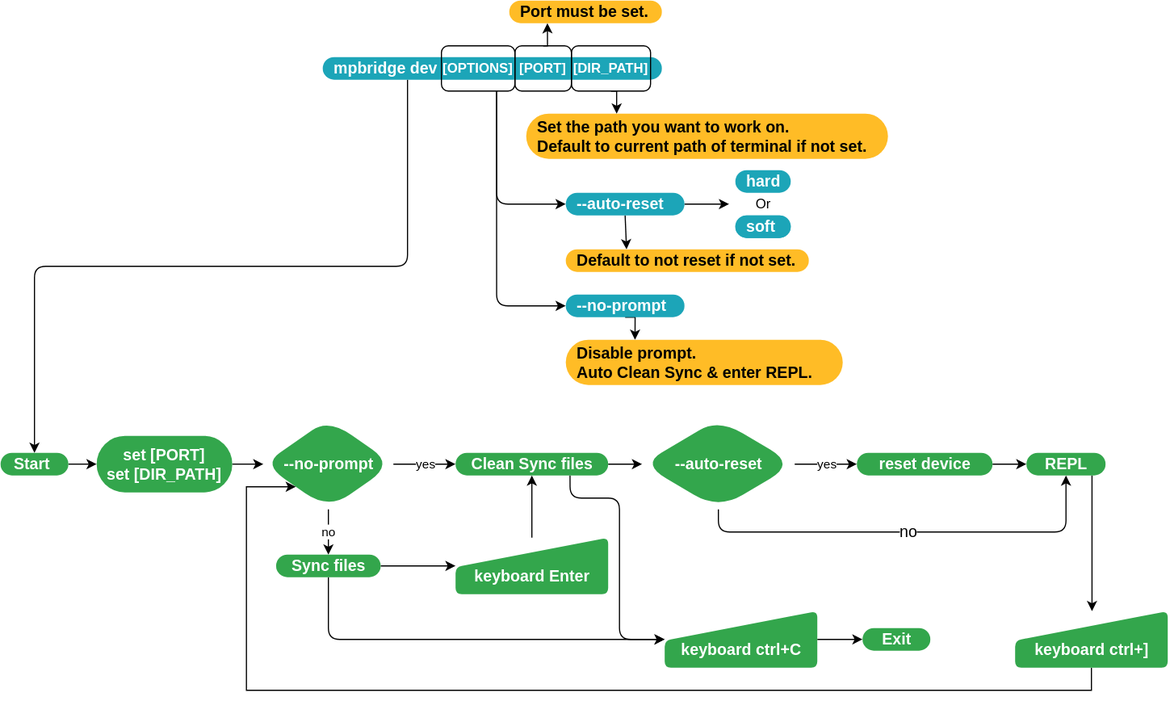
This is mpbridge-Page-1.drawio.svg from Wind-stormger/mpbridge-drawio, a draw.io export, as it was before one commit. Source tidied: cells renumbered, new cells last; positions are measured from the earlier drawing's top-left corner, leaving out a move shared by most shapes.
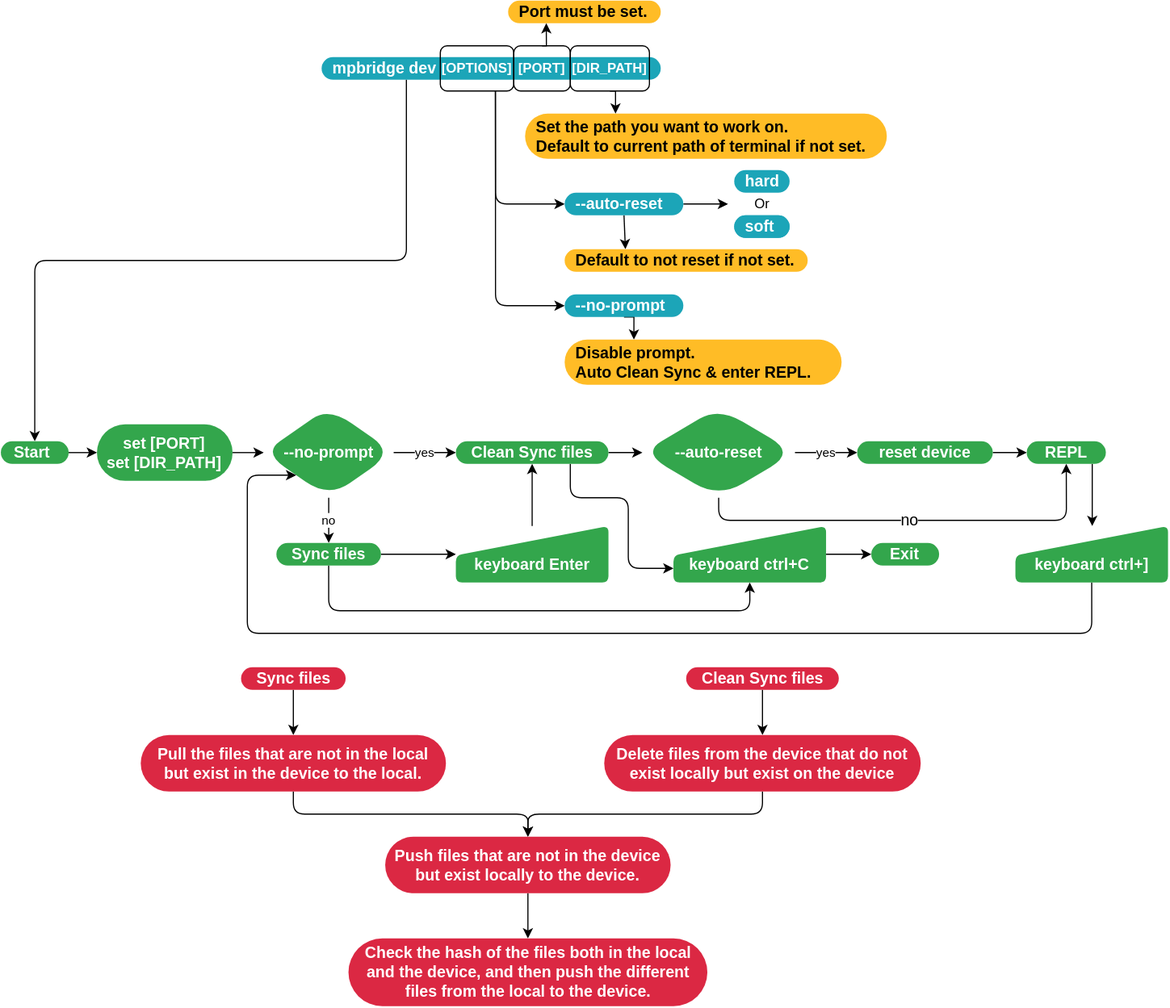
After the change.

Diff of the diagram source:
```diff
@@ -82,7 +82,7 @@
       <mxGeometry relative="1" as="geometry" />
     </mxCell>
     <mxCell id="27" value="Start&amp;nbsp;" style="rounded=1;whiteSpace=wrap;html=1;arcSize=50;strokeColor=none;strokeWidth=1;fillColor=#33A64C;fontColor=#FFFFFF;whiteSpace=wrap;align=center;verticalAlign=middle;spacingLeft=0;fontStyle=1;fontSize=14;spacing=10;fillStyle=auto;" parent="1" vertex="1">
-      <mxGeometry y="400" width="60" height="20" as="geometry" />
+      <mxGeometry x="1.2" y="390" width="60" height="20" as="geometry" />
     </mxCell>
     <mxCell id="28" value="yes" style="edgeStyle=orthogonalEdgeStyle;rounded=1;jettySize=auto;html=1;" parent="1" edge="1" source="30" target="33">
       <mxGeometry relative="1" as="geometry" />
@@ -91,22 +91,22 @@
       <mxGeometry relative="1" as="geometry" />
     </mxCell>
     <mxCell id="30" value="--no-prompt" style="rhombus;whiteSpace=wrap;html=1;fontSize=14;fillColor=#33A64C;strokeColor=none;fontColor=#FFFFFF;rounded=1;arcSize=50;strokeWidth=1;spacingLeft=0;fontStyle=1;spacing=10;fillStyle=auto;" parent="1" vertex="1">
-      <mxGeometry x="232.5" y="370" width="115" height="80" as="geometry" />
+      <mxGeometry x="233.8" y="360" width="115" height="80" as="geometry" />
     </mxCell>
     <mxCell id="31" style="edgeStyle=orthogonalEdgeStyle;rounded=1;jettySize=auto;html=1;fontColor=#000000;" parent="1" edge="1" source="33" target="36">
       <mxGeometry relative="1" as="geometry" />
     </mxCell>
-    <mxCell id="32" style="edgeStyle=orthogonalEdgeStyle;rounded=1;jettySize=auto;html=1;exitX=0.75;exitY=1;exitDx=0;exitDy=0;entryX=0;entryY=0.5;entryDx=0;entryDy=0;labelBorderColor=none;fontSize=14;fontColor=#000000;" parent="1" edge="1" source="33" target="49">
+    <mxCell id="32" style="edgeStyle=orthogonalEdgeStyle;rounded=1;jettySize=auto;html=1;exitX=0.75;exitY=1;exitDx=0;exitDy=0;entryX=0;entryY=0.75;entryDx=0;entryDy=0;fontColor=#000000;" parent="1" edge="1" source="33" target="49">
       <mxGeometry relative="1" as="geometry">
         <Array as="points">
-          <mxPoint x="503.5" y="440" />
-          <mxPoint x="547.5" y="440" />
-          <mxPoint x="547.5" y="565" />
+          <mxPoint x="505.2" y="440" />
+          <mxPoint x="556.2" y="440" />
+          <mxPoint x="556.2" y="503" />
         </Array>
       </mxGeometry>
     </mxCell>
     <mxCell id="33" value="Clean Sync files" style="whiteSpace=wrap;html=1;fontSize=14;fillColor=#33A64C;strokeColor=none;fontColor=#FFFFFF;rounded=1;arcSize=50;strokeWidth=1;spacingLeft=0;fontStyle=1;spacing=10;fillStyle=auto;" parent="1" vertex="1">
-      <mxGeometry x="402.5" y="400" width="135" height="20" as="geometry" />
+      <mxGeometry x="403.8" y="390" width="135" height="20" as="geometry" />
     </mxCell>
     <mxCell id="34" value="yes" style="edgeStyle=orthogonalEdgeStyle;rounded=1;jettySize=auto;html=1;fontColor=default;labelBorderColor=none;" parent="1" edge="1" source="36" target="38">
       <mxGeometry relative="1" as="geometry" />
@@ -115,66 +115,104 @@
       <mxGeometry relative="1" as="geometry" />
     </mxCell>
     <mxCell id="36" value="--auto-reset" style="rhombus;whiteSpace=wrap;html=1;fontSize=14;fillColor=#33A64C;strokeColor=none;fontColor=#FFFFFF;rounded=1;arcSize=50;strokeWidth=1;spacingLeft=0;fontStyle=1;spacing=10;fillStyle=auto;" parent="1" vertex="1">
-      <mxGeometry x="567.5" y="370" width="135" height="80" as="geometry" />
+      <mxGeometry x="568.8" y="360" width="135" height="80" as="geometry" />
     </mxCell>
     <mxCell id="37" style="edgeStyle=orthogonalEdgeStyle;rounded=1;jettySize=auto;html=1;labelBorderColor=none;fontSize=14;fontColor=#FFFFFF;" parent="1" edge="1" source="38" target="45">
       <mxGeometry relative="1" as="geometry" />
     </mxCell>
     <mxCell id="38" value="reset device" style="whiteSpace=wrap;html=1;fontSize=14;fillColor=#33A64C;strokeColor=none;fontColor=#FFFFFF;rounded=1;arcSize=50;strokeWidth=1;spacingLeft=0;fontStyle=1;spacing=10;fillStyle=auto;" parent="1" vertex="1">
-      <mxGeometry x="757.5" y="400" width="120" height="20" as="geometry" />
+      <mxGeometry x="758.8" y="390" width="120" height="20" as="geometry" />
     </mxCell>
     <mxCell id="39" style="edgeStyle=orthogonalEdgeStyle;rounded=1;jettySize=auto;html=1;labelBorderColor=none;fontSize=14;fontColor=#FFFFFF;" parent="1" edge="1" source="41" target="43">
       <mxGeometry relative="1" as="geometry" />
     </mxCell>
-    <mxCell id="40" style="edgeStyle=orthogonalEdgeStyle;rounded=1;jettySize=auto;html=1;exitX=0.5;exitY=1;exitDx=0;exitDy=0;entryX=0;entryY=0.5;entryDx=0;entryDy=0;labelBorderColor=none;fontSize=14;fontColor=#000000;" parent="1" edge="1" source="41" target="49">
-      <mxGeometry relative="1" as="geometry" />
+    <mxCell id="40" style="edgeStyle=orthogonalEdgeStyle;rounded=1;jettySize=auto;html=1;exitX=0.5;exitY=1;exitDx=0;exitDy=0;entryX=0.5;entryY=1;entryDx=0;entryDy=0;fontColor=#000000;" parent="1" edge="1" source="41" target="49">
+      <mxGeometry relative="1" as="geometry">
+        <Array as="points">
+          <mxPoint x="291.2" y="540" />
+          <mxPoint x="663.2" y="540" />
+        </Array>
+      </mxGeometry>
     </mxCell>
     <mxCell id="41" value="Sync files" style="rounded=1;whiteSpace=wrap;html=1;arcSize=50;strokeColor=none;strokeWidth=1;fillColor=#33A64C;fontColor=#FFFFFF;whiteSpace=wrap;align=center;verticalAlign=middle;spacingLeft=0;fontStyle=1;fontSize=14;spacing=10;fillStyle=auto;" parent="1" vertex="1">
-      <mxGeometry x="243.8" y="490" width="92.5" height="20" as="geometry" />
+      <mxGeometry x="245" y="480" width="92.5" height="20" as="geometry" />
     </mxCell>
     <mxCell id="42" style="edgeStyle=orthogonalEdgeStyle;rounded=1;jettySize=auto;html=1;labelBorderColor=none;fontSize=14;fontColor=#FFFFFF;" parent="1" edge="1" source="43" target="33">
       <mxGeometry relative="1" as="geometry" />
     </mxCell>
     <mxCell id="43" value="&lt;font color=&quot;#ffffff&quot; style=&quot;font-size: 14px;&quot;&gt;&lt;b&gt;&amp;nbsp; &amp;nbsp; &amp;nbsp; &lt;br&gt;keyboard Enter&lt;/b&gt;&lt;/font&gt;" style="html=1;strokeWidth=2;shape=manualInput;whiteSpace=wrap;rounded=1;size=26;arcSize=11;fillStyle=auto;strokeColor=none;fillColor=#33a64c;" parent="1" vertex="1">
-      <mxGeometry x="402.5" y="475" width="135" height="50" as="geometry" />
+      <mxGeometry x="403.8" y="465" width="135" height="50" as="geometry" />
     </mxCell>
     <mxCell id="44" style="edgeStyle=orthogonalEdgeStyle;rounded=1;jettySize=auto;html=1;labelBorderColor=none;fontSize=14;fontColor=#FFFFFF;" parent="1" edge="1" source="45" target="47">
       <mxGeometry relative="1" as="geometry">
         <Array as="points">
-          <mxPoint x="965.5" y="450" />
-          <mxPoint x="965.5" y="450" />
+          <mxPoint x="966.8" y="440" />
+          <mxPoint x="966.8" y="440" />
         </Array>
       </mxGeometry>
     </mxCell>
     <mxCell id="45" value="REPL" style="whiteSpace=wrap;html=1;fontSize=14;fillColor=#33A64C;strokeColor=none;fontColor=#FFFFFF;rounded=1;arcSize=50;strokeWidth=1;spacingLeft=0;fontStyle=1;spacing=10;fillStyle=auto;" parent="1" vertex="1">
-      <mxGeometry x="907.5" y="400" width="70" height="20" as="geometry" />
+      <mxGeometry x="908.8" y="390" width="70" height="20" as="geometry" />
     </mxCell>
-    <mxCell id="46" style="edgeStyle=orthogonalEdgeStyle;rounded=0;jettySize=auto;html=1;exitX=0.5;exitY=1;exitDx=0;exitDy=0;entryX=0;entryY=1;entryDx=0;entryDy=0;fontColor=#FFFFFF;" parent="1" edge="1" source="47" target="30">
+    <mxCell id="46" style="edgeStyle=orthogonalEdgeStyle;rounded=1;jettySize=auto;html=1;exitX=0.5;exitY=1;exitDx=0;exitDy=0;entryX=0;entryY=1;entryDx=0;entryDy=0;fontColor=#FFFFFF;" parent="1" edge="1" source="47" target="30">
       <mxGeometry relative="1" as="geometry">
         <Array as="points">
-          <mxPoint x="965.5" y="610" />
-          <mxPoint x="217.5" y="610" />
-          <mxPoint x="217.5" y="430" />
+          <mxPoint x="966.2" y="560" />
+          <mxPoint x="219.2" y="560" />
+          <mxPoint x="219.2" y="420" />
         </Array>
       </mxGeometry>
     </mxCell>
     <mxCell id="47" value="&lt;font color=&quot;#ffffff&quot; style=&quot;font-size: 14px;&quot;&gt;&lt;b&gt;&amp;nbsp; &amp;nbsp; &amp;nbsp; &lt;br&gt;keyboard ctrl+]&lt;/b&gt;&lt;/font&gt;" style="html=1;strokeWidth=2;shape=manualInput;whiteSpace=wrap;rounded=1;size=26;arcSize=11;fillStyle=auto;strokeColor=none;fillColor=#33a64c;" parent="1" vertex="1">
-      <mxGeometry x="897.5" y="540" width="135" height="50" as="geometry" />
+      <mxGeometry x="898.8" y="465" width="135" height="50" as="geometry" />
     </mxCell>
     <mxCell id="48" style="edgeStyle=orthogonalEdgeStyle;rounded=1;jettySize=auto;html=1;exitX=1;exitY=0.5;exitDx=0;exitDy=0;entryX=0;entryY=0.5;entryDx=0;entryDy=0;labelBorderColor=none;fontSize=14;fontColor=#000000;" parent="1" edge="1" source="49" target="50">
       <mxGeometry relative="1" as="geometry" />
     </mxCell>
     <mxCell id="49" value="&lt;font color=&quot;#ffffff&quot; style=&quot;font-size: 14px;&quot;&gt;&lt;b&gt;&amp;nbsp; &amp;nbsp; &amp;nbsp; &lt;br&gt;keyboard ctrl+C&lt;/b&gt;&lt;/font&gt;" style="html=1;strokeWidth=2;shape=manualInput;whiteSpace=wrap;rounded=1;size=26;arcSize=11;fillStyle=auto;strokeColor=none;fillColor=#33a64c;" parent="1" vertex="1">
-      <mxGeometry x="587.5" y="540" width="135" height="50" as="geometry" />
+      <mxGeometry x="596.2" y="465" width="135" height="50" as="geometry" />
     </mxCell>
     <mxCell id="50" value="Exit" style="rounded=1;whiteSpace=wrap;html=1;arcSize=50;strokeColor=none;strokeWidth=1;fillColor=#33A64C;fontColor=#FFFFFF;whiteSpace=wrap;align=center;verticalAlign=middle;spacingLeft=0;fontStyle=1;fontSize=14;spacing=10;fillStyle=auto;" parent="1" vertex="1">
-      <mxGeometry x="762.5" y="555" width="60" height="20" as="geometry" />
+      <mxGeometry x="771.2" y="480" width="60" height="20" as="geometry" />
     </mxCell>
     <mxCell id="51" style="edgeStyle=orthogonalEdgeStyle;rounded=0;jettySize=auto;html=1;exitX=1;exitY=0.5;exitDx=0;exitDy=0;entryX=0;entryY=0.5;entryDx=0;entryDy=0;fontColor=#FFFFFF;" parent="1" edge="1" source="52" target="30">
       <mxGeometry relative="1" as="geometry" />
     </mxCell>
     <mxCell id="52" value="set [PORT]&lt;br&gt;set&amp;nbsp;[DIR_PATH]" style="whiteSpace=wrap;html=1;fontSize=14;fillColor=#33A64C;strokeColor=none;fontColor=#FFFFFF;rounded=1;arcSize=50;strokeWidth=1;spacingLeft=0;fontStyle=1;spacing=10;fillStyle=auto;" parent="1" vertex="1">
-      <mxGeometry x="85" y="385" width="120" height="50" as="geometry" />
+      <mxGeometry x="86.2" y="375" width="120" height="50" as="geometry" />
     </mxCell>
+    <mxCell id="53" style="edgeStyle=orthogonalEdgeStyle;rounded=0;jettySize=auto;html=1;fontColor=#000000;" parent="1" edge="1" source="54" target="58">
+      <mxGeometry relative="1" as="geometry" />
+    </mxCell>
+    <mxCell id="54" value="Sync files" style="rounded=1;whiteSpace=wrap;html=1;arcSize=50;strokeColor=none;strokeWidth=1;fillColor=#DB2843;fontColor=#FFFFFF;whiteSpace=wrap;align=center;verticalAlign=middle;spacingLeft=0;fontStyle=1;fontSize=14;spacing=10;fillStyle=auto;" parent="1" vertex="1">
+      <mxGeometry x="213.8" y="590" width="92.5" height="20" as="geometry" />
+    </mxCell>
+    <mxCell id="55" style="edgeStyle=orthogonalEdgeStyle;rounded=0;jettySize=auto;html=1;fontColor=#000000;" parent="1" edge="1" source="56" target="60">
+      <mxGeometry relative="1" as="geometry" />
+    </mxCell>
+    <mxCell id="56" value="Clean Sync files" style="whiteSpace=wrap;html=1;fontSize=14;fillColor=#DB2843;strokeColor=none;fontColor=#FFFFFF;rounded=1;arcSize=50;strokeWidth=1;spacingLeft=0;fontStyle=1;spacing=10;fillStyle=auto;" parent="1" vertex="1">
+      <mxGeometry x="607.5" y="590" width="135" height="20" as="geometry" />
+    </mxCell>
+    <mxCell id="57" style="edgeStyle=orthogonalEdgeStyle;rounded=1;jettySize=auto;html=1;exitX=0.5;exitY=1;exitDx=0;exitDy=0;entryX=0.5;entryY=0;entryDx=0;entryDy=0;fontColor=#000000;" parent="1" edge="1" source="58" target="62">
+      <mxGeometry relative="1" as="geometry" />
+    </mxCell>
+    <mxCell id="58" value="Pull the files that are not in the local but exist in the device to the local." style="whiteSpace=wrap;html=1;fontSize=14;fillColor=#db2843;strokeColor=none;fontColor=#FFFFFF;rounded=1;arcSize=50;strokeWidth=1;spacingLeft=0;fontStyle=1;spacing=10;fillStyle=auto;" parent="1" vertex="1">
+      <mxGeometry x="125" y="650" width="270" height="50" as="geometry" />
+    </mxCell>
+    <mxCell id="59" style="edgeStyle=orthogonalEdgeStyle;rounded=1;jettySize=auto;html=1;exitX=0.5;exitY=1;exitDx=0;exitDy=0;entryX=0.5;entryY=0;entryDx=0;entryDy=0;fontColor=#000000;" parent="1" edge="1" source="60" target="62">
+      <mxGeometry relative="1" as="geometry" />
+    </mxCell>
+    <mxCell id="60" value="Delete files from the device that do not exist locally but exist on the device" style="whiteSpace=wrap;html=1;fontSize=14;fillColor=#db2843;strokeColor=none;fontColor=#FFFFFF;rounded=1;arcSize=50;strokeWidth=1;spacingLeft=0;fontStyle=1;spacing=10;fillStyle=auto;" parent="1" vertex="1">
+      <mxGeometry x="535" y="650" width="280" height="50" as="geometry" />
+    </mxCell>
+    <mxCell id="61" style="edgeStyle=orthogonalEdgeStyle;rounded=0;jettySize=auto;html=1;fontColor=#000000;" parent="1" edge="1" source="62" target="63">
+      <mxGeometry relative="1" as="geometry" />
+    </mxCell>
+    <mxCell id="62" value="Push files that are not in the device but exist locally to the device." style="whiteSpace=wrap;html=1;fontSize=14;fillColor=#db2843;strokeColor=none;fontColor=#FFFFFF;rounded=1;arcSize=50;strokeWidth=1;spacingLeft=0;fontStyle=1;spacing=10;fillStyle=auto;" parent="1" vertex="1">
+      <mxGeometry x="341.2" y="740" width="252.5" height="50" as="geometry" />
+    </mxCell>
+    <mxCell id="63" value="Check the hash of the files both in the local and the device,&amp;nbsp;and then push the different files from the local to the device." style="whiteSpace=wrap;html=1;fontSize=14;fillColor=#db2843;strokeColor=none;fontColor=#FFFFFF;rounded=1;arcSize=50;strokeWidth=1;spacingLeft=0;fontStyle=1;spacing=10;fillStyle=auto;" parent="1" vertex="1">
+      <mxGeometry x="308.8" y="830" width="317.5" height="60" as="geometry" />
+    </mxCell>
   </root>
 </mxGraphModel>
```
